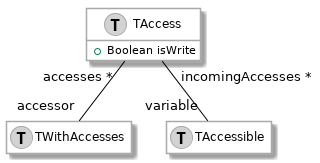
Above: Developers/Diagrams/access.png in moosetechnology/moose-wiki (PlantUML), before the change.
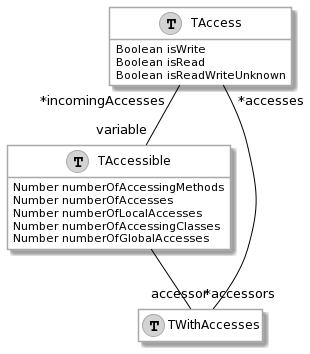
The same diagram one commit later.

The edit, as a diff of the source:
```diff
@@ -7,18 +7,23 @@
   BorderColor darkGray
 }
 
-class behavior1 as "TWithAccesses" << (T,lightGrey) >> {
+class TAccess << (T,lightGrey) >> {
+  Boolean isWrite
+  Boolean isRead
+  Boolean isReadWriteUnknown
 }
-
-class behavior2 as "TAccessible" << (T,lightGrey) >> {
+class TAccessible << (T,lightGrey) >> {
+  Number numberOfAccessingMethods
+  Number numberOfAccesses
+  Number numberOfLocalAccesses
+  Number numberOfAccessingClasses
+  Number numberOfGlobalAccesses
 }
-
-class behavior3 as "TAccess" << (T,lightGrey) >> {
-	+ Boolean isWrite
+class TWithAccesses << (T,lightGrey) >> {
 }
 
 
-behavior3 "accesses *" -[#black]- "accessor" behavior1
-behavior3 "incomingAccesses *" -[#black]- "variable" behavior2
-
+TAccess " *incomingAccesses" -- "variable" TAccessible
+TAccess " *accesses" -- "accessor" TWithAccesses
+TAccessible -- " *accessors" TWithAccesses
 @enduml
```
